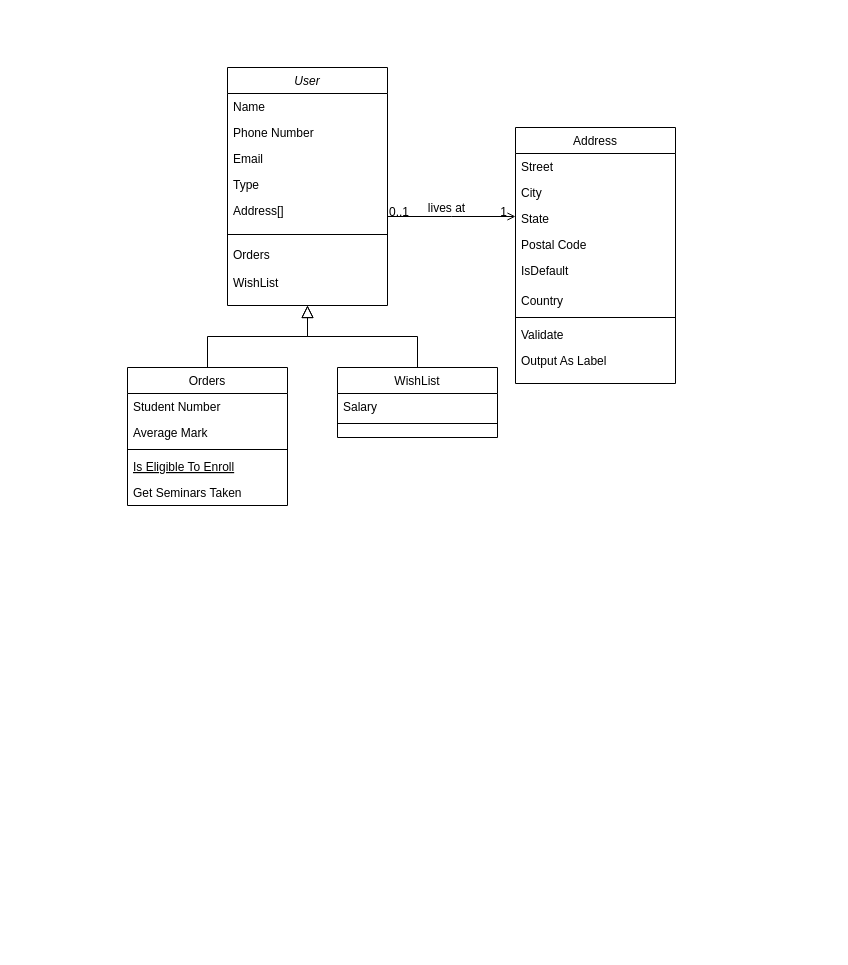
arjunkanti/diagrams keeps this draw.io diagram as DDD.drawio. Above is the earlier version. Source tidied: cells renumbered, new cells numbered last; positions are measured from the earlier drawing's top-left corner, leaving out a move shared by most shapes. Both pictures are drawn from the tidied source at 100%, with x=0, y=0 at pixel (127, 67).
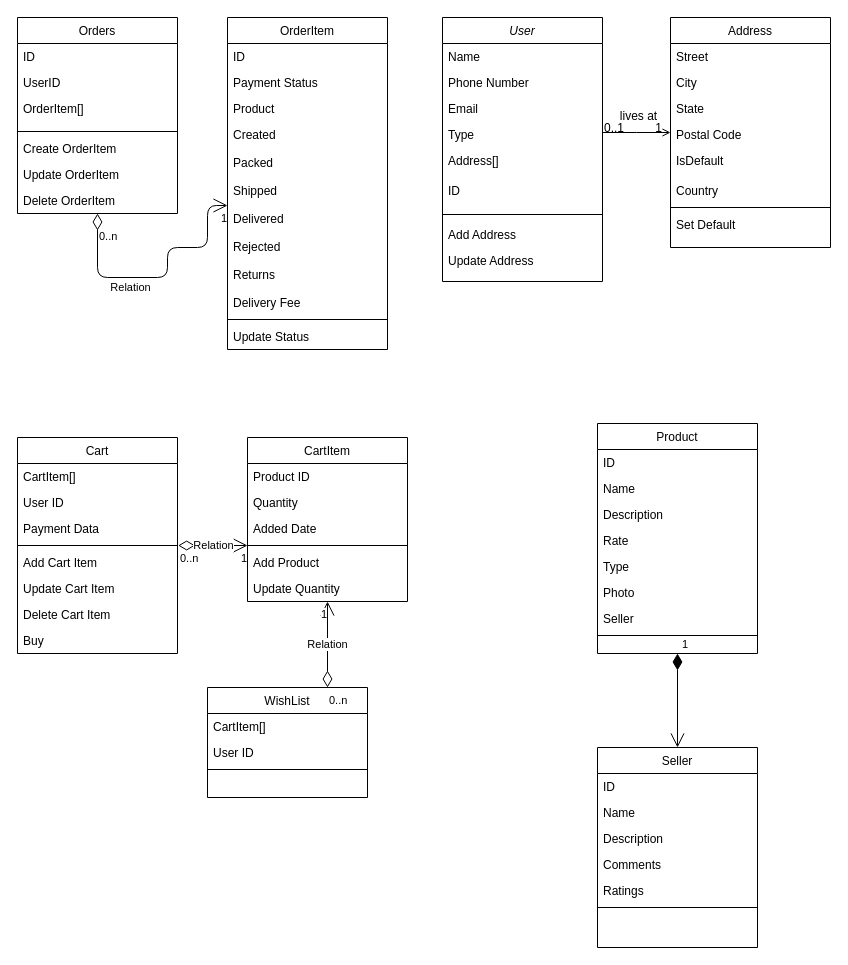
The same page after the edit.

The change refers to these unchanged cells:
```xml
<mxCell id="31" style="endArrow=open;shadow=0;strokeWidth=1;rounded=0;endFill=1;edgeStyle=elbowEdgeStyle;elbow=vertical;" parent="1" edge="1" source="2" target="21">
  <mxGeometry x="0.5" y="41" relative="1" as="geometry">
    <mxPoint x="-40" y="32" as="offset" />
  </mxGeometry>
</mxCell>
```

The edit, as a diff of the source:
```diff
@@
     <mxCell id="2" value="User" style="swimlane;fontStyle=2;align=center;verticalAlign=top;horizontal=1;startSize=26;rounded=0;shadow=0;strokeWidth=1;" parent="1" vertex="1">
-      <mxGeometry x="100" width="160" height="238" as="geometry" />
+      <mxGeometry x="315" y="-50" width="160" height="264" as="geometry" />
     </mxCell>
@@
+    <mxCell id="35" value="ID" style="text;align=left;verticalAlign=top;spacingLeft=4;spacingRight=4;overflow=hidden;rounded=0;shadow=0;html=0;" parent="2" vertex="1">
+      <mxGeometry y="160" width="160" height="30" as="geometry" />
+    </mxCell>
     <mxCell id="8" style="line;html=1;strokeWidth=1;align=left;verticalAlign=middle;spacingTop=-1;spacingLeft=3;spacingRight=3;labelPosition=right;" parent="2" vertex="1">
-      <mxGeometry y="160" width="160" height="14" as="geometry" />
+      <mxGeometry y="190" width="160" height="14" as="geometry" />
     </mxCell>
-    <mxCell id="9" value="Orders       &#10;&#10;WishList" style="text;align=left;verticalAlign=top;spacingLeft=4;spacingRight=4;overflow=hidden;" parent="2" vertex="1">
-      <mxGeometry y="174" width="160" height="48" as="geometry" />
-    </mxCell>
+    <mxCell id="36" value="Add Address" style="text;align=left;verticalAlign=top;spacingLeft=4;spacingRight=4;overflow=hidden;rounded=0;shadow=0;html=0;" parent="2" vertex="1">
+      <mxGeometry y="204" width="160" height="26" as="geometry" />
+    </mxCell>
+    <mxCell id="37" value="Update Address" style="text;align=left;verticalAlign=top;spacingLeft=4;spacingRight=4;overflow=hidden;rounded=0;shadow=0;html=0;" parent="2" vertex="1">
+      <mxGeometry y="230" width="160" height="26" as="geometry" />
+    </mxCell>
     <mxCell id="10" value="Orders" style="swimlane;fontStyle=0;align=center;verticalAlign=top;horizontal=1;startSize=26;rounded=0;shadow=0;strokeWidth=1;" parent="1" vertex="1">
-      <mxGeometry y="300" width="160" height="138" as="geometry" />
+      <mxGeometry x="-110" y="-50" width="160" height="196" as="geometry" />
     </mxCell>
-    <mxCell id="11" value="Student Number" style="text;align=left;verticalAlign=top;spacingLeft=4;spacingRight=4;overflow=hidden;" parent="10" vertex="1">
+    <mxCell id="11" value="ID" style="text;align=left;verticalAlign=top;spacingLeft=4;spacingRight=4;overflow=hidden;" parent="10" vertex="1">
       <mxGeometry y="26" width="160" height="26" as="geometry" />
     </mxCell>
+    <mxCell id="38" value="UserID" style="text;align=left;verticalAlign=top;spacingLeft=4;spacingRight=4;overflow=hidden;" parent="10" vertex="1">
+      <mxGeometry y="52" width="160" height="26" as="geometry" />
+    </mxCell>
-    <mxCell id="12" value="Average Mark" style="text;align=left;verticalAlign=top;spacingLeft=4;spacingRight=4;overflow=hidden;rounded=0;shadow=0;html=0;" parent="10" vertex="1">
-      <mxGeometry y="52" width="160" height="26" as="geometry" />
+    <mxCell id="12" value="OrderItem[]" style="text;align=left;verticalAlign=top;spacingLeft=4;spacingRight=4;overflow=hidden;rounded=0;shadow=0;html=0;" parent="10" vertex="1">
+      <mxGeometry y="78" width="160" height="32" as="geometry" />
     </mxCell>
     <mxCell id="13" style="line;html=1;strokeWidth=1;align=left;verticalAlign=middle;spacingTop=-1;spacingLeft=3;spacingRight=3;labelPosition=right;" parent="10" vertex="1">
-      <mxGeometry y="78" width="160" height="8" as="geometry" />
+      <mxGeometry y="110" width="160" height="8" as="geometry" />
     </mxCell>
-    <mxCell id="14" value="Is Eligible To Enroll" style="text;align=left;verticalAlign=top;spacingLeft=4;spacingRight=4;overflow=hidden;fontStyle=4;" parent="10" vertex="1">
-      <mxGeometry y="86" width="160" height="26" as="geometry" />
-    </mxCell>
-    <mxCell id="15" value="Get Seminars Taken" style="text;align=left;verticalAlign=top;spacingLeft=4;spacingRight=4;overflow=hidden;" parent="10" vertex="1">
-      <mxGeometry y="112" width="160" height="26" as="geometry" />
-    </mxCell>
-    <mxCell id="16" style="endArrow=block;endSize=10;endFill=0;shadow=0;strokeWidth=1;rounded=0;edgeStyle=elbowEdgeStyle;elbow=vertical;" parent="1" edge="1" source="10" target="2">
-      <mxGeometry relative="1" as="geometry" />
-    </mxCell>
+    <mxCell id="39" value="Create OrderItem" style="text;align=left;verticalAlign=top;spacingLeft=4;spacingRight=4;overflow=hidden;" parent="10" vertex="1">
+      <mxGeometry y="118" width="160" height="26" as="geometry" />
+    </mxCell>
+    <mxCell id="40" value="Update OrderItem" style="text;align=left;verticalAlign=top;spacingLeft=4;spacingRight=4;overflow=hidden;" parent="10" vertex="1">
+      <mxGeometry y="144" width="160" height="26" as="geometry" />
+    </mxCell>
+    <mxCell id="41" value="Delete OrderItem" style="text;align=left;verticalAlign=top;spacingLeft=4;spacingRight=4;overflow=hidden;" parent="10" vertex="1">
+      <mxGeometry y="170" width="160" height="26" as="geometry" />
+    </mxCell>
     <mxCell id="17" value="WishList" style="swimlane;fontStyle=0;align=center;verticalAlign=top;horizontal=1;startSize=26;rounded=0;shadow=0;strokeWidth=1;" parent="1" vertex="1">
-      <mxGeometry x="210" y="300" width="160" height="70" as="geometry" />
+      <mxGeometry x="80" y="620" width="160" height="110" as="geometry" />
     </mxCell>
-    <mxCell id="18" value="Salary" style="text;align=left;verticalAlign=top;spacingLeft=4;spacingRight=4;overflow=hidden;" parent="17" vertex="1">
+    <mxCell id="18" value="CartItem[]" style="text;align=left;verticalAlign=top;spacingLeft=4;spacingRight=4;overflow=hidden;" parent="17" vertex="1">
       <mxGeometry y="26" width="160" height="26" as="geometry" />
     </mxCell>
+    <mxCell id="42" value="User ID" style="text;align=left;verticalAlign=top;spacingLeft=4;spacingRight=4;overflow=hidden;" parent="17" vertex="1">
+      <mxGeometry y="52" width="160" height="26" as="geometry" />
+    </mxCell>
     <mxCell id="19" style="line;html=1;strokeWidth=1;align=left;verticalAlign=middle;spacingTop=-1;spacingLeft=3;spacingRight=3;labelPosition=right;" parent="17" vertex="1">
-      <mxGeometry y="52" width="160" height="8" as="geometry" />
+      <mxGeometry y="78" width="160" height="8" as="geometry" />
     </mxCell>
-    <mxCell id="20" style="endArrow=block;endSize=10;endFill=0;shadow=0;strokeWidth=1;rounded=0;edgeStyle=elbowEdgeStyle;elbow=vertical;" parent="1" edge="1" source="17" target="2">
-      <mxGeometry relative="1" as="geometry" />
-    </mxCell>
     <mxCell id="21" value="Address" style="swimlane;fontStyle=0;align=center;verticalAlign=top;horizontal=1;startSize=26;rounded=0;shadow=0;strokeWidth=1;" parent="1" vertex="1">
-      <mxGeometry x="388" y="60" width="160" height="256" as="geometry" />
+      <mxGeometry x="543" y="-50" width="160" height="230" as="geometry" />
     </mxCell>
@@
-    <mxCell id="29" value="Validate" style="text;align=left;verticalAlign=top;spacingLeft=4;spacingRight=4;overflow=hidden;" parent="21" vertex="1">
-      <mxGeometry y="194" width="160" height="26" as="geometry" />
-    </mxCell>
-    <mxCell id="30" value="Output As Label" style="text;align=left;verticalAlign=top;spacingLeft=4;spacingRight=4;overflow=hidden;" parent="21" vertex="1">
-      <mxGeometry y="220" width="160" height="26" as="geometry" />
-    </mxCell>
+    <mxCell id="43" value="Set Default" style="text;align=left;verticalAlign=top;spacingLeft=4;spacingRight=4;overflow=hidden;rounded=0;shadow=0;html=0;" parent="21" vertex="1">
+      <mxGeometry y="194" width="160" height="26" as="geometry" />
+    </mxCell>
@@
     <mxCell id="34" value="lives at" style="text;html=1;align=center;verticalAlign=middle;labelBackgroundColor=none;rounded=0;shadow=0;strokeWidth=1;fontSize=12;" parent="31" vertex="1">
       <mxGeometry x="0.5" y="49" relative="1" as="geometry">
-        <mxPoint x="-38" y="40" as="offset" />
+        <mxPoint x="-16" y="32" as="offset" />
       </mxGeometry>
     </mxCell>
+    <mxCell id="44" value="CartItem" style="swimlane;fontStyle=0;align=center;verticalAlign=top;horizontal=1;startSize=26;rounded=0;shadow=0;strokeWidth=1;" parent="1" vertex="1">
+      <mxGeometry x="120" y="370" width="160" height="164" as="geometry" />
+    </mxCell>
+    <mxCell id="45" value="Product ID" style="text;align=left;verticalAlign=top;spacingLeft=4;spacingRight=4;overflow=hidden;" parent="44" vertex="1">
+      <mxGeometry y="26" width="160" height="26" as="geometry" />
+    </mxCell>
+    <mxCell id="46" value="Quantity" style="text;align=left;verticalAlign=top;spacingLeft=4;spacingRight=4;overflow=hidden;rounded=0;shadow=0;html=0;" parent="44" vertex="1">
+      <mxGeometry y="52" width="160" height="26" as="geometry" />
+    </mxCell>
+    <mxCell id="47" value="Added Date" style="text;align=left;verticalAlign=top;spacingLeft=4;spacingRight=4;overflow=hidden;rounded=0;shadow=0;html=0;" parent="44" vertex="1">
+      <mxGeometry y="78" width="160" height="26" as="geometry" />
+    </mxCell>
+    <mxCell id="48" style="line;html=1;strokeWidth=1;align=left;verticalAlign=middle;spacingTop=-1;spacingLeft=3;spacingRight=3;labelPosition=right;points=[];portConstraint=eastwest;" parent="44" vertex="1">
+      <mxGeometry y="104" width="160" height="8" as="geometry" />
+    </mxCell>
+    <mxCell id="49" value="Add Product" style="text;align=left;verticalAlign=top;spacingLeft=4;spacingRight=4;overflow=hidden;" parent="44" vertex="1">
+      <mxGeometry y="112" width="160" height="26" as="geometry" />
+    </mxCell>
+    <mxCell id="50" value="Update Quantity" style="text;align=left;verticalAlign=top;spacingLeft=4;spacingRight=4;overflow=hidden;" parent="44" vertex="1">
+      <mxGeometry y="138" width="160" height="26" as="geometry" />
+    </mxCell>
+    <mxCell id="51" value="Product" style="swimlane;fontStyle=0;align=center;verticalAlign=top;horizontal=1;startSize=26;rounded=0;shadow=0;strokeWidth=1;" parent="1" vertex="1">
+      <mxGeometry x="470" y="356" width="160" height="230" as="geometry" />
+    </mxCell>
+    <mxCell id="52" value="ID" style="text;align=left;verticalAlign=top;spacingLeft=4;spacingRight=4;overflow=hidden;rounded=0;shadow=0;html=0;" parent="51" vertex="1">
+      <mxGeometry y="26" width="160" height="26" as="geometry" />
+    </mxCell>
+    <mxCell id="53" value="Name" style="text;align=left;verticalAlign=top;spacingLeft=4;spacingRight=4;overflow=hidden;" parent="51" vertex="1">
+      <mxGeometry y="52" width="160" height="26" as="geometry" />
+    </mxCell>
+    <mxCell id="54" value="Description" style="text;align=left;verticalAlign=top;spacingLeft=4;spacingRight=4;overflow=hidden;rounded=0;shadow=0;html=0;" parent="51" vertex="1">
+      <mxGeometry y="78" width="160" height="26" as="geometry" />
+    </mxCell>
+    <mxCell id="55" value="Rate" style="text;align=left;verticalAlign=top;spacingLeft=4;spacingRight=4;overflow=hidden;rounded=0;shadow=0;html=0;" parent="51" vertex="1">
+      <mxGeometry y="104" width="160" height="26" as="geometry" />
+    </mxCell>
+    <mxCell id="56" value="Type" style="text;align=left;verticalAlign=top;spacingLeft=4;spacingRight=4;overflow=hidden;rounded=0;shadow=0;html=0;" parent="51" vertex="1">
+      <mxGeometry y="130" width="160" height="26" as="geometry" />
+    </mxCell>
+    <mxCell id="57" value="Photo" style="text;align=left;verticalAlign=top;spacingLeft=4;spacingRight=4;overflow=hidden;rounded=0;shadow=0;html=0;" parent="51" vertex="1">
+      <mxGeometry y="156" width="160" height="26" as="geometry" />
+    </mxCell>
+    <mxCell id="58" value="Seller" style="text;align=left;verticalAlign=top;spacingLeft=4;spacingRight=4;overflow=hidden;rounded=0;shadow=0;html=0;" parent="51" vertex="1">
+      <mxGeometry y="182" width="160" height="26" as="geometry" />
+    </mxCell>
+    <mxCell id="59" style="line;html=1;strokeWidth=1;align=left;verticalAlign=middle;spacingTop=-1;spacingLeft=3;spacingRight=3;labelPosition=right;" parent="51" vertex="1">
+      <mxGeometry y="208" width="160" height="8" as="geometry" />
+    </mxCell>
+    <mxCell id="60" value="Cart" style="swimlane;fontStyle=0;align=center;verticalAlign=top;horizontal=1;startSize=26;rounded=0;shadow=0;strokeWidth=1;" parent="1" vertex="1">
+      <mxGeometry x="-110" y="370" width="160" height="216" as="geometry" />
+    </mxCell>
+    <mxCell id="61" value="CartItem[]" style="text;align=left;verticalAlign=top;spacingLeft=4;spacingRight=4;overflow=hidden;" parent="60" vertex="1">
+      <mxGeometry y="26" width="160" height="26" as="geometry" />
+    </mxCell>
+    <mxCell id="62" value="User ID" style="text;align=left;verticalAlign=top;spacingLeft=4;spacingRight=4;overflow=hidden;" parent="60" vertex="1">
+      <mxGeometry y="52" width="160" height="26" as="geometry" />
+    </mxCell>
+    <mxCell id="63" value="Payment Data" style="text;align=left;verticalAlign=top;spacingLeft=4;spacingRight=4;overflow=hidden;" parent="60" vertex="1">
+      <mxGeometry y="78" width="160" height="26" as="geometry" />
+    </mxCell>
+    <mxCell id="64" style="line;html=1;strokeWidth=1;align=left;verticalAlign=middle;spacingTop=-1;spacingLeft=3;spacingRight=3;labelPosition=right;points=[];portConstraint=eastwest;" parent="60" vertex="1">
+      <mxGeometry y="104" width="160" height="8" as="geometry" />
+    </mxCell>
+    <mxCell id="65" value="Add Cart Item" style="text;align=left;verticalAlign=top;spacingLeft=4;spacingRight=4;overflow=hidden;" parent="60" vertex="1">
+      <mxGeometry y="112" width="160" height="26" as="geometry" />
+    </mxCell>
+    <mxCell id="66" value="Update Cart Item" style="text;align=left;verticalAlign=top;spacingLeft=4;spacingRight=4;overflow=hidden;" parent="60" vertex="1">
+      <mxGeometry y="138" width="160" height="26" as="geometry" />
+    </mxCell>
+    <mxCell id="67" value="Delete Cart Item" style="text;align=left;verticalAlign=top;spacingLeft=4;spacingRight=4;overflow=hidden;" parent="60" vertex="1">
+      <mxGeometry y="164" width="160" height="26" as="geometry" />
+    </mxCell>
+    <mxCell id="68" value="Buy" style="text;align=left;verticalAlign=top;spacingLeft=4;spacingRight=4;overflow=hidden;" parent="60" vertex="1">
+      <mxGeometry y="190" width="160" height="26" as="geometry" />
+    </mxCell>
+    <mxCell id="69" value="OrderItem" style="swimlane;fontStyle=0;align=center;verticalAlign=top;horizontal=1;startSize=26;rounded=0;shadow=0;strokeWidth=1;" parent="1" vertex="1">
+      <mxGeometry x="100" y="-50" width="160" height="332" as="geometry" />
+    </mxCell>
+    <mxCell id="70" value="ID" style="text;align=left;verticalAlign=top;spacingLeft=4;spacingRight=4;overflow=hidden;" parent="69" vertex="1">
+      <mxGeometry y="26" width="160" height="26" as="geometry" />
+    </mxCell>
+    <mxCell id="71" value="Payment Status" style="text;align=left;verticalAlign=top;spacingLeft=4;spacingRight=4;overflow=hidden;" parent="69" vertex="1">
+      <mxGeometry y="52" width="160" height="26" as="geometry" />
+    </mxCell>
+    <mxCell id="72" value="Product" style="text;align=left;verticalAlign=top;spacingLeft=4;spacingRight=4;overflow=hidden;" parent="69" vertex="1">
+      <mxGeometry y="78" width="160" height="26" as="geometry" />
+    </mxCell>
+    <mxCell id="73" value="Created&#10;&#10;Packed&#10;&#10;Shipped&#10;&#10;Delivered&#10;&#10;Rejected&#10;&#10;Returns" style="text;align=left;verticalAlign=top;spacingLeft=4;spacingRight=4;overflow=hidden;points=[[0,0.5],[1,0.5]];portConstraint=eastwest;rounded=0;shadow=0;html=0;" parent="69" vertex="1">
+      <mxGeometry y="104" width="160" height="168" as="geometry" />
+    </mxCell>
+    <mxCell id="74" value="Delivery Fee" style="text;align=left;verticalAlign=top;spacingLeft=4;spacingRight=4;overflow=hidden;rounded=0;shadow=0;html=0;" parent="69" vertex="1">
+      <mxGeometry y="272" width="160" height="26" as="geometry" />
+    </mxCell>
+    <mxCell id="75" style="line;html=1;strokeWidth=1;align=left;verticalAlign=middle;spacingTop=-1;spacingLeft=3;spacingRight=3;labelPosition=right;" parent="69" vertex="1">
+      <mxGeometry y="298" width="160" height="8" as="geometry" />
+    </mxCell>
+    <mxCell id="76" value="Update Status" style="text;align=left;verticalAlign=top;spacingLeft=4;spacingRight=4;overflow=hidden;rounded=0;shadow=0;html=0;" parent="69" vertex="1">
+      <mxGeometry y="306" width="160" height="26" as="geometry" />
+    </mxCell>
+    <mxCell id="77" value="Relation" style="endArrow=open;html=1;endSize=12;startArrow=diamondThin;startSize=14;startFill=0;edgeStyle=orthogonalEdgeStyle;exitX=1.004;exitY=0.5;exitDx=0;exitDy=0;exitPerimeter=0;entryX=0;entryY=0.5;entryDx=0;entryDy=0;entryPerimeter=0;" parent="1" edge="1" source="64" target="48">
+      <mxGeometry relative="1" as="geometry" />
+    </mxCell>
+    <mxCell id="78" value="0..n" style="edgeLabel;html=1;align=left;verticalAlign=top;" parent="77" vertex="1">
+      <mxGeometry x="-1" relative="1" as="geometry" />
+    </mxCell>
+    <mxCell id="79" value="1" style="edgeLabel;html=1;align=right;verticalAlign=top;" parent="77" vertex="1">
+      <mxGeometry x="1" relative="1" as="geometry" />
+    </mxCell>
+    <mxCell id="80" value="Relation" style="endArrow=open;html=1;endSize=12;startArrow=diamondThin;startSize=14;startFill=0;edgeStyle=orthogonalEdgeStyle;entryX=0;entryY=0.5;entryDx=0;entryDy=0;exitX=0.5;exitY=1;exitDx=0;exitDy=0;" parent="1" edge="1" source="10" target="73">
+      <mxGeometry x="-0.27" y="-10" relative="1" as="geometry">
+        <Array as="points">
+          <mxPoint x="-30" y="210" />
+          <mxPoint x="40" y="210" />
+          <mxPoint x="40" y="180" />
+          <mxPoint x="80" y="180" />
+          <mxPoint x="80" y="138" />
+        </Array>
+      </mxGeometry>
+    </mxCell>
+    <mxCell id="81" value="0..n" style="edgeLabel;html=1;align=left;verticalAlign=top;" parent="80" vertex="1">
+      <mxGeometry x="-1" relative="1" as="geometry">
+        <mxPoint y="10" as="offset" />
+      </mxGeometry>
+    </mxCell>
+    <mxCell id="82" value="1" style="edgeLabel;html=1;align=right;verticalAlign=top;" parent="80" vertex="1">
+      <mxGeometry x="1" relative="1" as="geometry" />
+    </mxCell>
+    <mxCell id="83" value="Relation" style="endArrow=open;html=1;endSize=12;startArrow=diamondThin;startSize=14;startFill=0;edgeStyle=orthogonalEdgeStyle;exitX=0.75;exitY=0;exitDx=0;exitDy=0;entryX=0.5;entryY=1;entryDx=0;entryDy=0;" parent="1" edge="1" source="17" target="44">
+      <mxGeometry relative="1" as="geometry" />
+    </mxCell>
+    <mxCell id="84" value="0..n" style="edgeLabel;html=1;align=left;verticalAlign=top;" parent="83" vertex="1">
+      <mxGeometry x="-1" relative="1" as="geometry" />
+    </mxCell>
+    <mxCell id="85" value="1" style="edgeLabel;html=1;align=right;verticalAlign=top;" parent="83" vertex="1">
+      <mxGeometry x="1" relative="1" as="geometry" />
+    </mxCell>
+    <mxCell id="86" value="Seller" style="swimlane;fontStyle=0;align=center;verticalAlign=top;horizontal=1;startSize=26;rounded=0;shadow=0;strokeWidth=1;" parent="1" vertex="1">
+      <mxGeometry x="470" y="680" width="160" height="200" as="geometry" />
+    </mxCell>
+    <mxCell id="87" value="ID" style="text;align=left;verticalAlign=top;spacingLeft=4;spacingRight=4;overflow=hidden;rounded=0;shadow=0;html=0;" parent="86" vertex="1">
+      <mxGeometry y="26" width="160" height="26" as="geometry" />
+    </mxCell>
+    <mxCell id="88" value="Name" style="text;align=left;verticalAlign=top;spacingLeft=4;spacingRight=4;overflow=hidden;" parent="86" vertex="1">
+      <mxGeometry y="52" width="160" height="26" as="geometry" />
+    </mxCell>
+    <mxCell id="89" value="Description" style="text;align=left;verticalAlign=top;spacingLeft=4;spacingRight=4;overflow=hidden;rounded=0;shadow=0;html=0;" parent="86" vertex="1">
+      <mxGeometry y="78" width="160" height="26" as="geometry" />
+    </mxCell>
+    <mxCell id="90" value="Comments" style="text;align=left;verticalAlign=top;spacingLeft=4;spacingRight=4;overflow=hidden;rounded=0;shadow=0;html=0;" parent="86" vertex="1">
+      <mxGeometry y="104" width="160" height="26" as="geometry" />
+    </mxCell>
+    <mxCell id="91" value="Ratings" style="text;align=left;verticalAlign=top;spacingLeft=4;spacingRight=4;overflow=hidden;rounded=0;shadow=0;html=0;" parent="86" vertex="1">
+      <mxGeometry y="130" width="160" height="26" as="geometry" />
+    </mxCell>
+    <mxCell id="92" style="line;html=1;strokeWidth=1;align=left;verticalAlign=middle;spacingTop=-1;spacingLeft=3;spacingRight=3;labelPosition=right;" parent="86" vertex="1">
+      <mxGeometry y="156" width="160" height="8" as="geometry" />
+    </mxCell>
+    <mxCell id="93" value="1" style="endArrow=open;html=1;endSize=12;startArrow=diamondThin;startSize=14;startFill=1;edgeStyle=orthogonalEdgeStyle;align=left;verticalAlign=bottom;entryX=0.5;entryY=0;entryDx=0;entryDy=0;exitX=0.5;exitY=1;exitDx=0;exitDy=0;" parent="1" edge="1" source="51" target="86">
+      <mxGeometry x="-1" y="3" relative="1" as="geometry" />
+    </mxCell>
```
